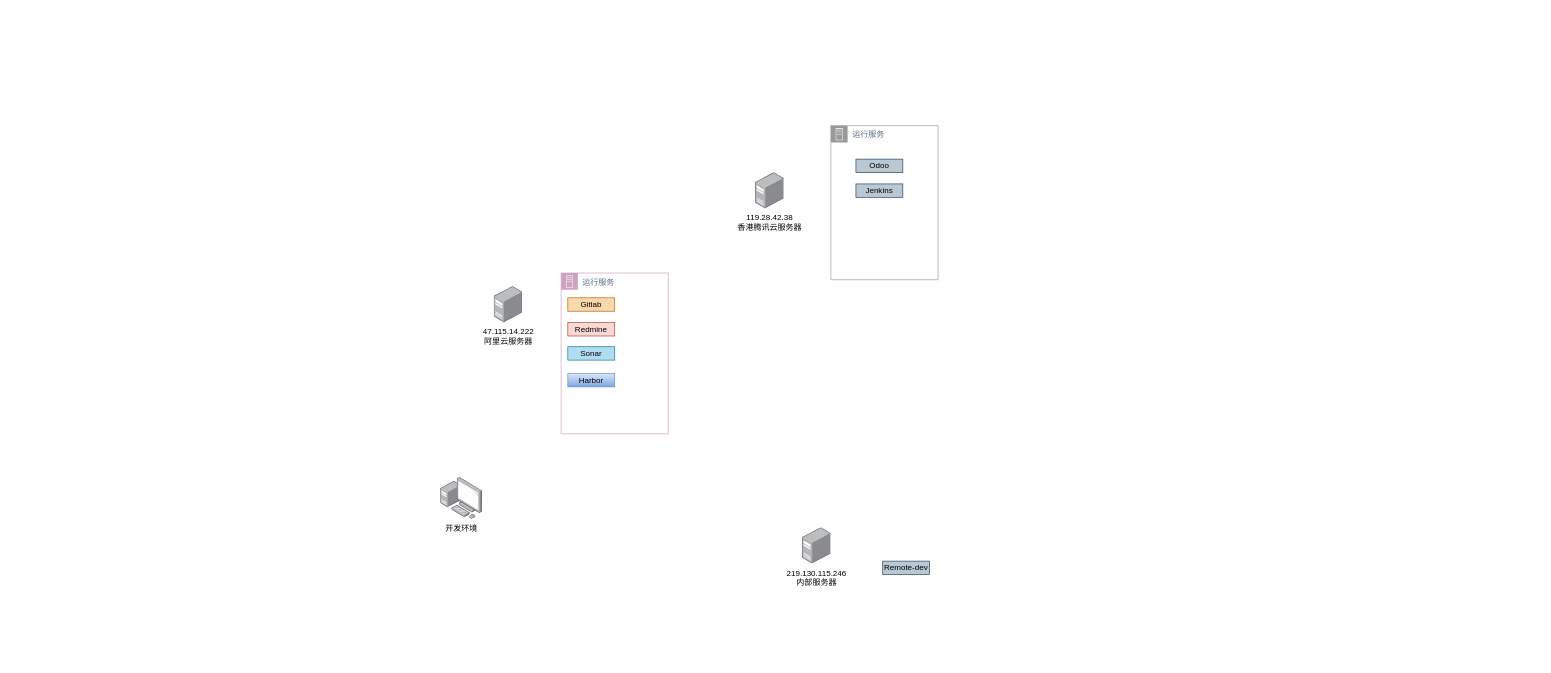
The draw.io diagram Untitled Diagram.drawio in alreadytakenn/images, before the edit. Source tidied: cells renumbered, new cells numbered last; positions are measured from the earlier drawing's top-left corner, leaving out a move shared by most shapes. Both pictures are drawn from the tidied source at 67%, with x=0, y=0 at pixel (440, 125).
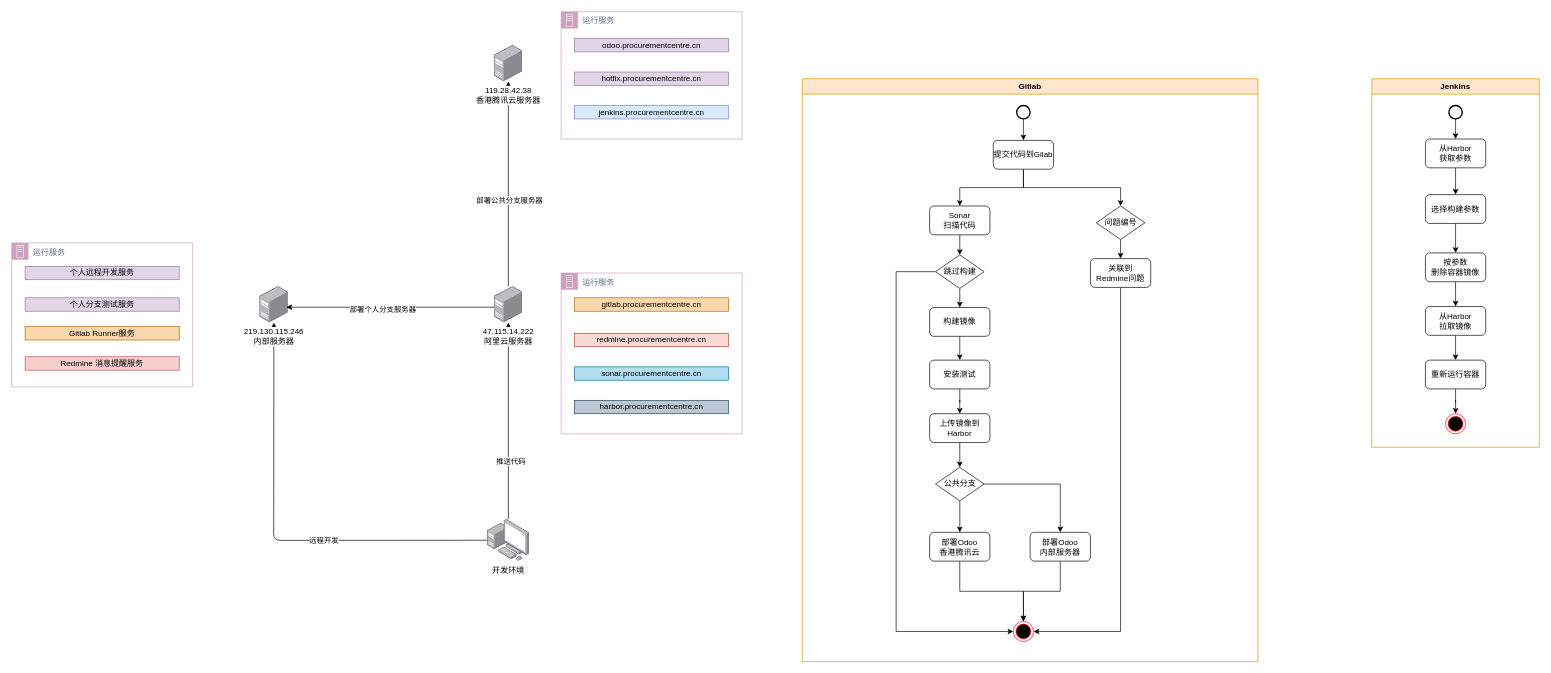
Above is the later version.

The change refers to these unchanged cells:
```xml
<mxCell id="4" value="&lt;div&gt;47.115.14.222&lt;/div&gt;&lt;div&gt;阿里云服务器&lt;br&gt;&lt;/div&gt;" style="points=[];html=1;align=center;shadow=0;dashed=0;image;image=img/lib/allied_telesis/computer_and_terminals/Server_Desktop.svg;" parent="1" vertex="1">
  <mxGeometry x="79.9" y="240" width="42.6" height="54" as="geometry" />
</mxCell>
```

What changed in the source:
```diff
@@
+    <mxCell id="15" value="Gitlab" style="swimlane;fillColor=#ffe6cc;strokeColor=#d79b00;" parent="1" vertex="1">
+      <mxGeometry x="540" y="-70" width="680" height="870" as="geometry" />
+    </mxCell>
+    <mxCell id="16" value="运行服务" style="gradientColor=none;html=1;whiteSpace=wrap;fontSize=12;fontStyle=0;shape=mxgraph.aws4.group;grIcon=mxgraph.aws4.group_on_premise;fillColor=none;verticalAlign=top;align=left;spacingLeft=30;fontColor=#5A6C86;dashed=0;strokeColor=#CDA2BE;" parent="1" vertex="1">
+      <mxGeometry x="-640" y="175" width="270" height="215" as="geometry" />
+    </mxCell>
+    <mxCell id="17" value="运行服务" style="gradientColor=none;html=1;whiteSpace=wrap;fontSize=12;fontStyle=0;shape=mxgraph.aws4.group;grIcon=mxgraph.aws4.group_on_premise;fillColor=none;verticalAlign=top;align=left;spacingLeft=30;fontColor=#5A6C86;dashed=0;strokeColor=#CDA2BE;" parent="1" vertex="1">
+      <mxGeometry x="180" y="-170" width="270" height="190" as="geometry" />
+    </mxCell>
+    <mxCell id="18" style="endArrow=classic;html=1;" parent="1" edge="1" source="2" target="5">
+      <mxGeometry relative="1" as="geometry">
+        <Array as="points">
+          <mxPoint x="-249" y="619" />
+        </Array>
+      </mxGeometry>
+    </mxCell>
+    <mxCell id="19" value="远程开发" style="edgeLabel;html=1;align=center;verticalAlign=middle;" parent="18" vertex="1">
+      <mxGeometry x="-0.24" y="1" relative="1" as="geometry" />
+    </mxCell>
+    <mxCell id="20" style="endArrow=classic;html=1;" parent="1" edge="1" source="2" target="4">
+      <mxGeometry relative="1" as="geometry" />
+    </mxCell>
+    <mxCell id="21" value="推送代码" style="edgeLabel;html=1;align=center;verticalAlign=middle;" parent="20" vertex="1">
+      <mxGeometry x="-0.41" y="-3" relative="1" as="geometry" />
+    </mxCell>
+    <mxCell id="22" style="endArrow=classic;html=1;" parent="1" edge="1" source="4" target="3">
+      <mxGeometry relative="1" as="geometry" />
+    </mxCell>
+    <mxCell id="23" value="部署公共分支服务器" style="edgeLabel;html=1;align=center;verticalAlign=middle;" parent="22" vertex="1">
+      <mxGeometry x="-0.16" y="-1" relative="1" as="geometry" />
+    </mxCell>
     <mxCell id="2" value="开发环境" style="points=[];html=1;align=center;shadow=0;dashed=0;image;image=img/lib/allied_telesis/computer_and_terminals/Personal_Computer_with_Server.svg;" parent="1" vertex="1">
-      <mxGeometry y="525" width="62.4" height="62.4" as="geometry" />
+      <mxGeometry x="70" y="587.6" width="62.4" height="62.4" as="geometry" />
     </mxCell>
     <mxCell id="3" value="&lt;div&gt;119.28.42.38&lt;/div&gt;&lt;div&gt;香港腾讯云服务器&lt;br&gt;&lt;/div&gt;" style="points=[];html=1;align=center;shadow=0;dashed=0;image;image=img/lib/allied_telesis/computer_and_terminals/Server_Desktop.svg;" parent="1" vertex="1">
-      <mxGeometry x="470" y="70" width="42.6" height="54" as="geometry" />
+      <mxGeometry x="79.9" y="-120" width="42.6" height="54" as="geometry" />
     </mxCell>
@@
     <mxCell id="5" value="&lt;div&gt;219.130.115.246&lt;/div&gt;&lt;div&gt;内部服务器&lt;br&gt;&lt;/div&gt;" style="points=[];html=1;align=center;shadow=0;dashed=0;image;image=img/lib/allied_telesis/computer_and_terminals/Server_Desktop.svg;" parent="1" vertex="1">
-      <mxGeometry x="540" y="600" width="42.6" height="54" as="geometry" />
+      <mxGeometry x="-270" y="240" width="42.6" height="54" as="geometry" />
     </mxCell>
     <mxCell id="6" value="运行服务" style="gradientColor=none;html=1;whiteSpace=wrap;fontSize=12;fontStyle=0;shape=mxgraph.aws4.group;grIcon=mxgraph.aws4.group_on_premise;fillColor=none;verticalAlign=top;align=left;spacingLeft=30;fontColor=#5A6C86;dashed=0;strokeColor=#CDA2BE;" parent="1" vertex="1">
-      <mxGeometry x="180" y="220" width="160" height="240" as="geometry" />
+      <mxGeometry x="180" y="220" width="270" height="240" as="geometry" />
     </mxCell>
-    <mxCell id="7" value="Gitlab" style="text;html=1;strokeColor=#b46504;fillColor=#fad7ac;align=center;verticalAlign=middle;whiteSpace=wrap;rounded=0;" parent="1" vertex="1">
-      <mxGeometry x="190" y="257" width="70" height="20" as="geometry" />
+    <mxCell id="7" value="gitlab.procurementcentre.cn" style="text;html=1;strokeColor=#b46504;fillColor=#fad7ac;align=center;verticalAlign=middle;whiteSpace=wrap;rounded=0;" parent="1" vertex="1">
+      <mxGeometry x="200" y="257" width="230" height="20" as="geometry" />
     </mxCell>
-    <mxCell id="8" value="Redmine" style="text;html=1;strokeColor=#ae4132;fillColor=#fad9d5;align=center;verticalAlign=middle;whiteSpace=wrap;rounded=0;" parent="1" vertex="1">
-      <mxGeometry x="190" y="294" width="70" height="20" as="geometry" />
+    <mxCell id="8" value="redmine.procurementcentre.cn" style="text;html=1;strokeColor=#ae4132;fillColor=#fad9d5;align=center;verticalAlign=middle;whiteSpace=wrap;rounded=0;" parent="1" vertex="1">
+      <mxGeometry x="200" y="310" width="230" height="20" as="geometry" />
     </mxCell>
-    <mxCell id="9" value="Sonar" style="text;html=1;strokeColor=#10739e;fillColor=#b1ddf0;align=center;verticalAlign=middle;whiteSpace=wrap;rounded=0;" parent="1" vertex="1">
-      <mxGeometry x="190" y="330" width="70" height="20" as="geometry" />
+    <mxCell id="9" value="sonar.procurementcentre.cn" style="text;html=1;strokeColor=#10739e;fillColor=#b1ddf0;align=center;verticalAlign=middle;whiteSpace=wrap;rounded=0;" parent="1" vertex="1">
+      <mxGeometry x="200" y="360" width="230" height="20" as="geometry" />
     </mxCell>
-    <mxCell id="10" value="Harbor" style="text;html=1;strokeColor=#6c8ebf;fillColor=#dae8fc;align=center;verticalAlign=middle;whiteSpace=wrap;rounded=0;gradientColor=#7ea6e0;" parent="1" vertex="1">
-      <mxGeometry x="190" y="370" width="70" height="20" as="geometry" />
+    <mxCell id="10" value="harbor.procurementcentre.cn" style="text;html=1;strokeColor=#23445d;fillColor=#bac8d3;align=center;verticalAlign=middle;whiteSpace=wrap;rounded=0;" parent="1" vertex="1">
+      <mxGeometry x="200" y="410" width="230" height="20" as="geometry" />
     </mxCell>
-    <mxCell id="11" value="Odoo" style="text;html=1;strokeColor=#23445d;fillColor=#bac8d3;align=center;verticalAlign=middle;whiteSpace=wrap;rounded=0;" parent="1" vertex="1">
-      <mxGeometry x="620" y="50" width="70" height="20" as="geometry" />
-    </mxCell>
+    <mxCell id="24" style="endArrow=classic;html=1;exitX=0.002;exitY=0.574;exitDx=0;exitDy=0;exitPerimeter=0;entryX=0.939;entryY=0.574;entryDx=0;entryDy=0;entryPerimeter=0;" parent="1" edge="1" source="4" target="5">
+      <mxGeometry relative="1" as="geometry" />
+    </mxCell>
+    <mxCell id="25" value="部署个人分支服务器" style="edgeLabel;html=1;align=center;verticalAlign=middle;" parent="24" vertex="1">
+      <mxGeometry x="0.07" y="4" relative="1" as="geometry" />
+    </mxCell>
+    <mxCell id="26" value="odoo.procurementcentre.cn" style="text;html=1;strokeColor=#9673a6;fillColor=#e1d5e7;align=center;verticalAlign=middle;whiteSpace=wrap;rounded=0;" parent="1" vertex="1">
+      <mxGeometry x="200" y="-130" width="230" height="20" as="geometry" />
+    </mxCell>
+    <mxCell id="27" value="hotfix.procurementcentre.cn" style="text;html=1;strokeColor=#9673a6;fillColor=#e1d5e7;align=center;verticalAlign=middle;whiteSpace=wrap;rounded=0;" parent="1" vertex="1">
+      <mxGeometry x="200" y="-80" width="230" height="20" as="geometry" />
+    </mxCell>
+    <mxCell id="28" value="jenkins.procurementcentre.cn" style="text;html=1;strokeColor=#6c8ebf;fillColor=#dae8fc;align=center;verticalAlign=middle;whiteSpace=wrap;rounded=0;" parent="1" vertex="1">
+      <mxGeometry x="200" y="-30" width="230" height="20" as="geometry" />
+    </mxCell>
+    <mxCell id="29" value="个人分支测试服务" style="text;html=1;strokeColor=#9673a6;fillColor=#e1d5e7;align=center;verticalAlign=middle;whiteSpace=wrap;rounded=0;" parent="1" vertex="1">
+      <mxGeometry x="-620" y="257" width="230" height="20" as="geometry" />
+    </mxCell>
+    <mxCell id="30" value="Gitlab Runner服务" style="text;html=1;strokeColor=#b46504;fillColor=#fad7ac;align=center;verticalAlign=middle;whiteSpace=wrap;rounded=0;" parent="1" vertex="1">
+      <mxGeometry x="-620" y="300" width="230" height="20" as="geometry" />
+    </mxCell>
+    <mxCell id="31" value="个人远程开发服务" style="text;html=1;strokeColor=#9673a6;fillColor=#e1d5e7;align=center;verticalAlign=middle;whiteSpace=wrap;rounded=0;" parent="1" vertex="1">
+      <mxGeometry x="-620" y="210" width="230" height="20" as="geometry" />
+    </mxCell>
+    <mxCell id="32" value="Redmine 消息提醒服务" style="text;html=1;strokeColor=#b85450;fillColor=#f8cecc;align=center;verticalAlign=middle;whiteSpace=wrap;rounded=0;" parent="1" vertex="1">
+      <mxGeometry x="-620" y="345" width="230" height="20" as="geometry" />
+    </mxCell>
+    <mxCell id="33" style="edgeStyle=orthogonalEdgeStyle;rounded=0;jettySize=auto;html=1;exitX=0.5;exitY=1;exitDx=0;exitDy=0;entryX=0.5;entryY=0;entryDx=0;entryDy=0;" parent="1" edge="1" source="35" target="39">
+      <mxGeometry relative="1" as="geometry" />
+    </mxCell>
+    <mxCell id="34" style="edgeStyle=orthogonalEdgeStyle;rounded=0;jettySize=auto;html=1;exitX=0.5;exitY=1;exitDx=0;exitDy=0;entryX=0.5;entryY=0;entryDx=0;entryDy=0;" parent="1" edge="1" source="35" target="43">
+      <mxGeometry relative="1" as="geometry" />
+    </mxCell>
+    <mxCell id="35" value="提交代码到Gilab" style="rounded=1;whiteSpace=wrap;html=1;" parent="1" vertex="1">
+      <mxGeometry x="825" y="22" width="90" height="43" as="geometry" />
+    </mxCell>
+    <mxCell id="36" style="edgeStyle=orthogonalEdgeStyle;rounded=0;jettySize=auto;html=1;exitX=0.5;exitY=1;exitDx=0;exitDy=0;exitPerimeter=0;entryX=0.5;entryY=0;entryDx=0;entryDy=0;" parent="1" edge="1" source="37" target="35">
+      <mxGeometry relative="1" as="geometry" />
+    </mxCell>
+    <mxCell id="37" style="strokeWidth=2;html=1;shape=mxgraph.flowchart.start_2;whiteSpace=wrap;" parent="1" vertex="1">
+      <mxGeometry x="860" y="-30" width="20" height="20" as="geometry" />
+    </mxCell>
+    <mxCell id="38" style="edgeStyle=orthogonalEdgeStyle;rounded=0;jettySize=auto;html=1;exitX=0.5;exitY=1;exitDx=0;exitDy=0;entryX=0.5;entryY=0;entryDx=0;entryDy=0;" parent="1" edge="1" source="39" target="52">
+      <mxGeometry relative="1" as="geometry" />
+    </mxCell>
+    <mxCell id="39" value="&lt;div&gt;Sonar&lt;/div&gt;&lt;div&gt;扫描代码&lt;br&gt;&lt;/div&gt;" style="rounded=1;whiteSpace=wrap;html=1;" parent="1" vertex="1">
+      <mxGeometry x="730" y="120" width="90" height="43" as="geometry" />
+    </mxCell>
+    <mxCell id="40" style="edgeStyle=orthogonalEdgeStyle;rounded=0;jettySize=auto;html=1;exitX=0.5;exitY=1;exitDx=0;exitDy=0;entryX=1;entryY=0.5;entryDx=0;entryDy=0;" parent="1" edge="1" source="41" target="60">
+      <mxGeometry relative="1" as="geometry" />
+    </mxCell>
+    <mxCell id="41" value="&lt;div&gt;关联到&lt;/div&gt;&lt;div&gt;Redmine问题&lt;/div&gt;" style="rounded=1;whiteSpace=wrap;html=1;" parent="1" vertex="1">
+      <mxGeometry x="970" y="198.5" width="90" height="43" as="geometry" />
+    </mxCell>
+    <mxCell id="42" style="edgeStyle=orthogonalEdgeStyle;rounded=0;jettySize=auto;html=1;exitX=0.5;exitY=1;exitDx=0;exitDy=0;entryX=0.5;entryY=0;entryDx=0;entryDy=0;" parent="1" edge="1" source="43" target="41">
+      <mxGeometry relative="1" as="geometry" />
+    </mxCell>
+    <mxCell id="43" value="问题编号" style="rhombus;whiteSpace=wrap;html=1;" parent="1" vertex="1">
+      <mxGeometry x="978.8" y="120" width="72.5" height="50" as="geometry" />
+    </mxCell>
+    <mxCell id="44" style="edgeStyle=orthogonalEdgeStyle;rounded=0;jettySize=auto;html=1;exitX=0.5;exitY=1;exitDx=0;exitDy=0;entryX=0.5;entryY=0;entryDx=0;entryDy=0;" parent="1" edge="1" source="45" target="47">
+      <mxGeometry relative="1" as="geometry" />
+    </mxCell>
+    <mxCell id="45" value="构建镜像" style="rounded=1;whiteSpace=wrap;html=1;" parent="1" vertex="1">
+      <mxGeometry x="730" y="271.5" width="90" height="43" as="geometry" />
+    </mxCell>
+    <mxCell id="46" style="edgeStyle=orthogonalEdgeStyle;rounded=0;jettySize=auto;html=1;exitX=0.5;exitY=1;exitDx=0;exitDy=0;" parent="1" edge="1" source="47" target="49">
+      <mxGeometry relative="1" as="geometry" />
+    </mxCell>
+    <mxCell id="47" value="安装测试" style="rounded=1;whiteSpace=wrap;html=1;" parent="1" vertex="1">
+      <mxGeometry x="730" y="350" width="90" height="43" as="geometry" />
+    </mxCell>
+    <mxCell id="48" style="edgeStyle=orthogonalEdgeStyle;rounded=0;jettySize=auto;html=1;exitX=0.5;exitY=1;exitDx=0;exitDy=0;entryX=0.5;entryY=0;entryDx=0;entryDy=0;" parent="1" edge="1" source="49" target="55">
+      <mxGeometry relative="1" as="geometry" />
+    </mxCell>
+    <mxCell id="49" value="上传镜像到&lt;br&gt;Harbor" style="rounded=1;whiteSpace=wrap;html=1;" parent="1" vertex="1">
+      <mxGeometry x="730" y="430" width="90" height="43" as="geometry" />
+    </mxCell>
+    <mxCell id="50" style="edgeStyle=orthogonalEdgeStyle;rounded=0;jettySize=auto;html=1;exitX=0;exitY=0.5;exitDx=0;exitDy=0;entryX=0;entryY=0.5;entryDx=0;entryDy=0;" parent="1" edge="1" source="52" target="60">
+      <mxGeometry relative="1" as="geometry">
+        <Array as="points">
+          <mxPoint x="680" y="218" />
+          <mxPoint x="680" y="755" />
+        </Array>
+      </mxGeometry>
+    </mxCell>
+    <mxCell id="51" style="edgeStyle=orthogonalEdgeStyle;rounded=0;jettySize=auto;html=1;exitX=0.5;exitY=1;exitDx=0;exitDy=0;entryX=0.5;entryY=0;entryDx=0;entryDy=0;" parent="1" edge="1" source="52" target="45">
+      <mxGeometry relative="1" as="geometry" />
+    </mxCell>
+    <mxCell id="52" value="跳过构建" style="rhombus;whiteSpace=wrap;html=1;" parent="1" vertex="1">
+      <mxGeometry x="738.8" y="193" width="72.5" height="50" as="geometry" />
+    </mxCell>
+    <mxCell id="53" style="edgeStyle=orthogonalEdgeStyle;rounded=0;jettySize=auto;html=1;exitX=0.5;exitY=1;exitDx=0;exitDy=0;entryX=0.5;entryY=0;entryDx=0;entryDy=0;" parent="1" edge="1" source="55" target="57">
+      <mxGeometry relative="1" as="geometry" />
+    </mxCell>
+    <mxCell id="54" style="edgeStyle=orthogonalEdgeStyle;rounded=0;jettySize=auto;html=1;exitX=1;exitY=0.5;exitDx=0;exitDy=0;entryX=0.5;entryY=0;entryDx=0;entryDy=0;" parent="1" edge="1" source="55" target="59">
+      <mxGeometry relative="1" as="geometry" />
+    </mxCell>
+    <mxCell id="55" value="公共分支" style="rhombus;whiteSpace=wrap;html=1;" parent="1" vertex="1">
+      <mxGeometry x="738.8" y="510" width="72.5" height="50" as="geometry" />
+    </mxCell>
+    <mxCell id="56" style="edgeStyle=orthogonalEdgeStyle;rounded=0;jettySize=auto;html=1;exitX=0.5;exitY=1;exitDx=0;exitDy=0;entryX=0.5;entryY=0;entryDx=0;entryDy=0;" parent="1" edge="1" source="57" target="60">
+      <mxGeometry relative="1" as="geometry" />
+    </mxCell>
+    <mxCell id="57" value="部署Odoo&lt;br&gt;香港腾讯云" style="rounded=1;whiteSpace=wrap;html=1;" parent="1" vertex="1">
+      <mxGeometry x="730" y="607" width="90" height="43" as="geometry" />
+    </mxCell>
+    <mxCell id="58" style="edgeStyle=orthogonalEdgeStyle;rounded=0;jettySize=auto;html=1;exitX=0.5;exitY=1;exitDx=0;exitDy=0;entryX=0.5;entryY=0;entryDx=0;entryDy=0;" parent="1" edge="1" source="59" target="60">
+      <mxGeometry relative="1" as="geometry" />
+    </mxCell>
+    <mxCell id="59" value="部署Odoo&lt;br&gt;内部服务器" style="rounded=1;whiteSpace=wrap;html=1;" parent="1" vertex="1">
+      <mxGeometry x="880" y="607" width="90" height="43" as="geometry" />
+    </mxCell>
+    <mxCell id="60" style="ellipse;html=1;shape=endState;fillColor=#000000;strokeColor=#ff0000;" parent="1" vertex="1">
+      <mxGeometry x="855" y="740" width="30" height="30" as="geometry" />
+    </mxCell>
-    <mxCell id="12" value="Jenkins" style="text;html=1;strokeColor=#23445d;fillColor=#bac8d3;align=center;verticalAlign=middle;whiteSpace=wrap;rounded=0;" parent="1" vertex="1">
-      <mxGeometry x="620" y="87" width="70" height="20" as="geometry" />
+    <mxCell id="12" value="Jenkins" style="swimlane;fillColor=#ffe6cc;strokeColor=#d79b00;" parent="1" vertex="1">
+      <mxGeometry x="1390" y="-70" width="250" height="550" as="geometry" />
     </mxCell>
-    <mxCell id="13" value="Remote-dev" style="text;html=1;strokeColor=#23445d;fillColor=#bac8d3;align=center;verticalAlign=middle;whiteSpace=wrap;rounded=0;" parent="1" vertex="1">
-      <mxGeometry x="660" y="650" width="70" height="20" as="geometry" />
-    </mxCell>
-    <mxCell id="14" value="运行服务" style="gradientColor=none;html=1;whiteSpace=wrap;fontSize=12;fontStyle=0;shape=mxgraph.aws4.group;grIcon=mxgraph.aws4.group_on_premise;fillColor=none;verticalAlign=top;align=left;spacingLeft=30;fontColor=#5A6C86;dashed=0;strokeColor=#999999;" parent="1" vertex="1">
-      <mxGeometry x="582.6" width="160" height="230" as="geometry" />
-    </mxCell>
+    <mxCell id="61" style="edgeStyle=orthogonalEdgeStyle;rounded=0;jettySize=auto;html=1;exitX=0.5;exitY=1;exitDx=0;exitDy=0;exitPerimeter=0;entryX=0.5;entryY=0;entryDx=0;entryDy=0;" parent="12" edge="1" source="62" target="66">
+      <mxGeometry relative="1" as="geometry" />
+    </mxCell>
+    <mxCell id="62" style="strokeWidth=2;html=1;shape=mxgraph.flowchart.start_2;whiteSpace=wrap;" parent="12" vertex="1">
+      <mxGeometry x="115" y="40" width="20" height="20" as="geometry" />
+    </mxCell>
+    <mxCell id="63" style="edgeStyle=orthogonalEdgeStyle;rounded=0;jettySize=auto;html=1;exitX=0.5;exitY=1;exitDx=0;exitDy=0;entryX=0.5;entryY=0;entryDx=0;entryDy=0;" parent="12" edge="1" source="64" target="70">
+      <mxGeometry relative="1" as="geometry" />
+    </mxCell>
+    <mxCell id="64" value="选择构建参数" style="rounded=1;whiteSpace=wrap;html=1;" parent="12" vertex="1">
+      <mxGeometry x="80" y="173" width="90" height="43" as="geometry" />
+    </mxCell>
+    <mxCell id="65" style="edgeStyle=orthogonalEdgeStyle;rounded=0;jettySize=auto;html=1;exitX=0.5;exitY=1;exitDx=0;exitDy=0;entryX=0.5;entryY=0;entryDx=0;entryDy=0;" parent="12" edge="1" source="66" target="64">
+      <mxGeometry relative="1" as="geometry" />
+    </mxCell>
+    <mxCell id="66" value="从Harbor&lt;br&gt;获取参数" style="rounded=1;whiteSpace=wrap;html=1;" parent="12" vertex="1">
+      <mxGeometry x="80" y="90" width="90" height="43" as="geometry" />
+    </mxCell>
+    <mxCell id="67" style="edgeStyle=orthogonalEdgeStyle;rounded=0;jettySize=auto;html=1;exitX=0.5;exitY=1;exitDx=0;exitDy=0;entryX=0.5;entryY=0;entryDx=0;entryDy=0;" parent="12" edge="1" source="68" target="72">
+      <mxGeometry relative="1" as="geometry" />
+    </mxCell>
+    <mxCell id="68" value="&lt;div&gt;从Harbor&lt;/div&gt;&lt;div&gt;拉取镜像&lt;/div&gt;" style="rounded=1;whiteSpace=wrap;html=1;" parent="12" vertex="1">
+      <mxGeometry x="80" y="340" width="90" height="43" as="geometry" />
+    </mxCell>
+    <mxCell id="69" style="edgeStyle=orthogonalEdgeStyle;rounded=0;jettySize=auto;html=1;exitX=0.5;exitY=1;exitDx=0;exitDy=0;entryX=0.5;entryY=0;entryDx=0;entryDy=0;" parent="12" edge="1" source="70" target="68">
+      <mxGeometry relative="1" as="geometry" />
+    </mxCell>
+    <mxCell id="70" value="&lt;div&gt;按参数&lt;/div&gt;&lt;div&gt;删除容器镜像&lt;/div&gt;" style="rounded=1;whiteSpace=wrap;html=1;" parent="12" vertex="1">
+      <mxGeometry x="80" y="260" width="90" height="43" as="geometry" />
+    </mxCell>
+    <mxCell id="71" style="edgeStyle=orthogonalEdgeStyle;rounded=0;jettySize=auto;html=1;exitX=0.5;exitY=1;exitDx=0;exitDy=0;" parent="12" edge="1" source="72" target="73">
+      <mxGeometry relative="1" as="geometry" />
+    </mxCell>
+    <mxCell id="72" value="重新运行容器" style="rounded=1;whiteSpace=wrap;html=1;" parent="12" vertex="1">
+      <mxGeometry x="80" y="420" width="90" height="43" as="geometry" />
+    </mxCell>
+    <mxCell id="73" style="ellipse;html=1;shape=endState;fillColor=#000000;strokeColor=#ff0000;" parent="12" vertex="1">
+      <mxGeometry x="110" y="500" width="30" height="30" as="geometry" />
+    </mxCell>
```
